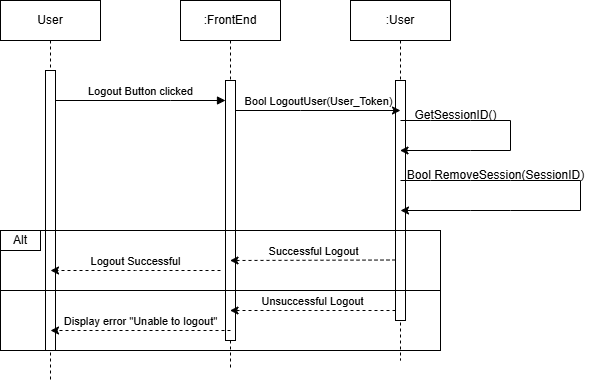
This is documentation/images/SignOut_jog.drawio.png from TrailBlazersInc/TrailBlazers, a draw.io export, as it was before one commit. Source tidied: cells renumbered, new cells last; positions are measured from the earlier drawing's top-left corner, leaving out a move shared by most shapes.
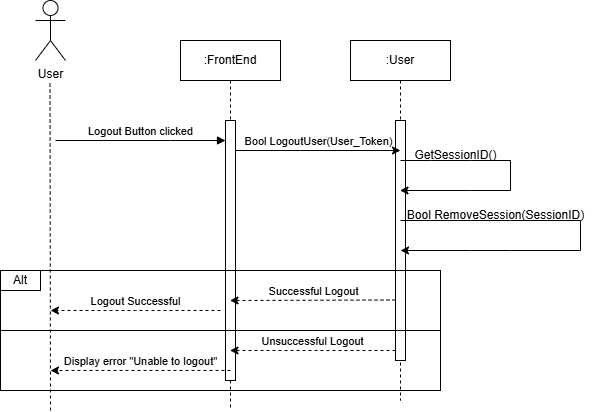
After the change.

Commit message:
Updated Sequence Diagram for Login and Sign Out

Change to the diagram source:
```diff
@@ -2,20 +2,15 @@
   <root>
     <mxCell id="0" />
     <mxCell id="1" parent="0" />
-    <mxCell id="2" value="User" style="shape=umlLifeline;perimeter=lifelinePerimeter;whiteSpace=wrap;html=1;newEdgeStyle={&quot;edgeStyle&quot;:&quot;elbowEdgeStyle&quot;,&quot;elbow&quot;:&quot;vertical&quot;,&quot;curved&quot;:0,&quot;rounded&quot;:0};" parent="1" vertex="1">
-      <mxGeometry width="100" height="380" as="geometry" />
-    </mxCell>
-    <mxCell id="3" style="html=1;points=[];perimeter=orthogonalPerimeter;outlineConnect=0;targetShapes=umlLifeline;portConstraint=eastwest;newEdgeStyle={&quot;edgeStyle&quot;:&quot;elbowEdgeStyle&quot;,&quot;elbow&quot;:&quot;vertical&quot;,&quot;curved&quot;:0,&quot;rounded&quot;:0};" parent="2" vertex="1">
-      <mxGeometry x="45" y="70" width="10" height="280" as="geometry" />
-    </mxCell>
     <mxCell id="4" value=":FrontEnd" style="shape=umlLifeline;perimeter=lifelinePerimeter;whiteSpace=wrap;html=1;newEdgeStyle={&quot;edgeStyle&quot;:&quot;elbowEdgeStyle&quot;,&quot;elbow&quot;:&quot;vertical&quot;,&quot;curved&quot;:0,&quot;rounded&quot;:0};" parent="1" vertex="1">
       <mxGeometry x="180" width="100" height="370" as="geometry" />
     </mxCell>
     <mxCell id="5" style="html=1;points=[];perimeter=orthogonalPerimeter;outlineConnect=0;targetShapes=umlLifeline;portConstraint=eastwest;newEdgeStyle={&quot;edgeStyle&quot;:&quot;elbowEdgeStyle&quot;,&quot;elbow&quot;:&quot;vertical&quot;,&quot;curved&quot;:0,&quot;rounded&quot;:0};" parent="4" vertex="1">
       <mxGeometry x="45" y="80" width="10" height="260" as="geometry" />
     </mxCell>
-    <mxCell id="6" value="Logout Button clicked" style="html=1;verticalAlign=bottom;endArrow=block;edgeStyle=elbowEdgeStyle;elbow=vertical;curved=0;rounded=0;" parent="1" edge="1" source="3" target="5">
+    <mxCell id="6" value="Logout Button clicked" style="html=1;verticalAlign=bottom;endArrow=block;edgeStyle=elbowEdgeStyle;elbow=vertical;curved=0;rounded=0;" parent="1" edge="1" target="5">
       <mxGeometry relative="1" as="geometry">
+        <mxPoint x="55" y="100" as="sourcePoint" />
         <Array as="points">
           <mxPoint x="170" y="100" />
           <mxPoint x="140" y="80" />
@@ -102,5 +97,14 @@
     <mxCell id="20" value="Bool RemoveSession(SessionID)" style="text;html=1;align=center;verticalAlign=middle;strokeColor=none;fillColor=none;" parent="1" vertex="1">
       <mxGeometry x="395" y="160" width="200" height="30" as="geometry" />
     </mxCell>
+    <mxCell id="2" value="User" style="shape=umlActor;verticalLabelPosition=bottom;verticalAlign=top;html=1;" parent="1" vertex="1">
+      <mxGeometry x="35" y="-40" width="30" height="60" as="geometry" />
+    </mxCell>
+    <mxCell id="21" style="endArrow=none;dashed=1;html=1;rounded=0;" parent="1" edge="1">
+      <mxGeometry relative="1" as="geometry">
+        <mxPoint x="50" y="370" as="sourcePoint" />
+        <mxPoint x="49.5" y="40" as="targetPoint" />
+      </mxGeometry>
+    </mxCell>
   </root>
 </mxGraphModel>
```
